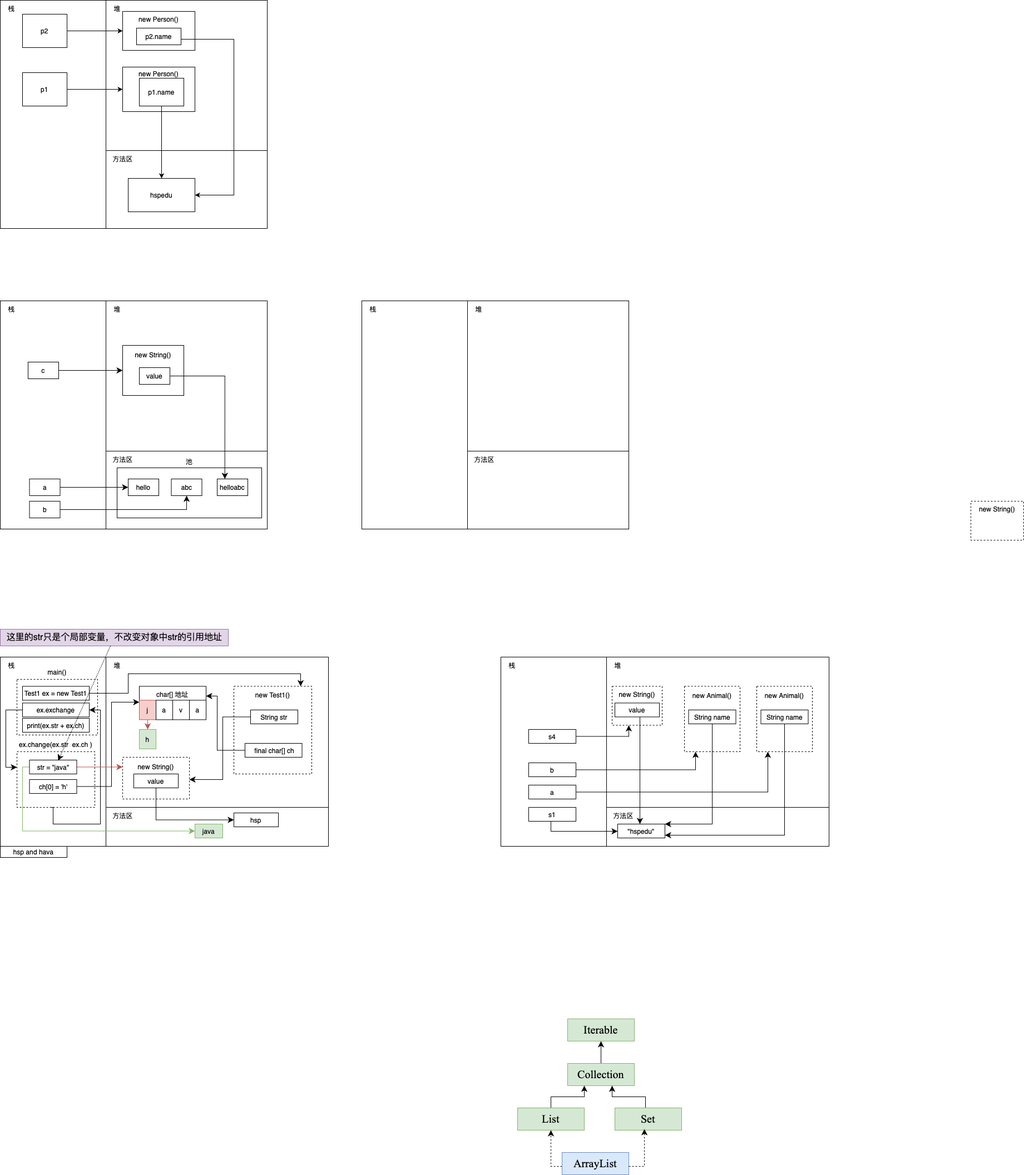
Above: drawio/White.png in Stolorzs/Picgo (draw.io), before the change. Source tidied: cells renumbered, new cells last; positions are measured from the earlier drawing's top-left corner, leaving out a move shared by most shapes.
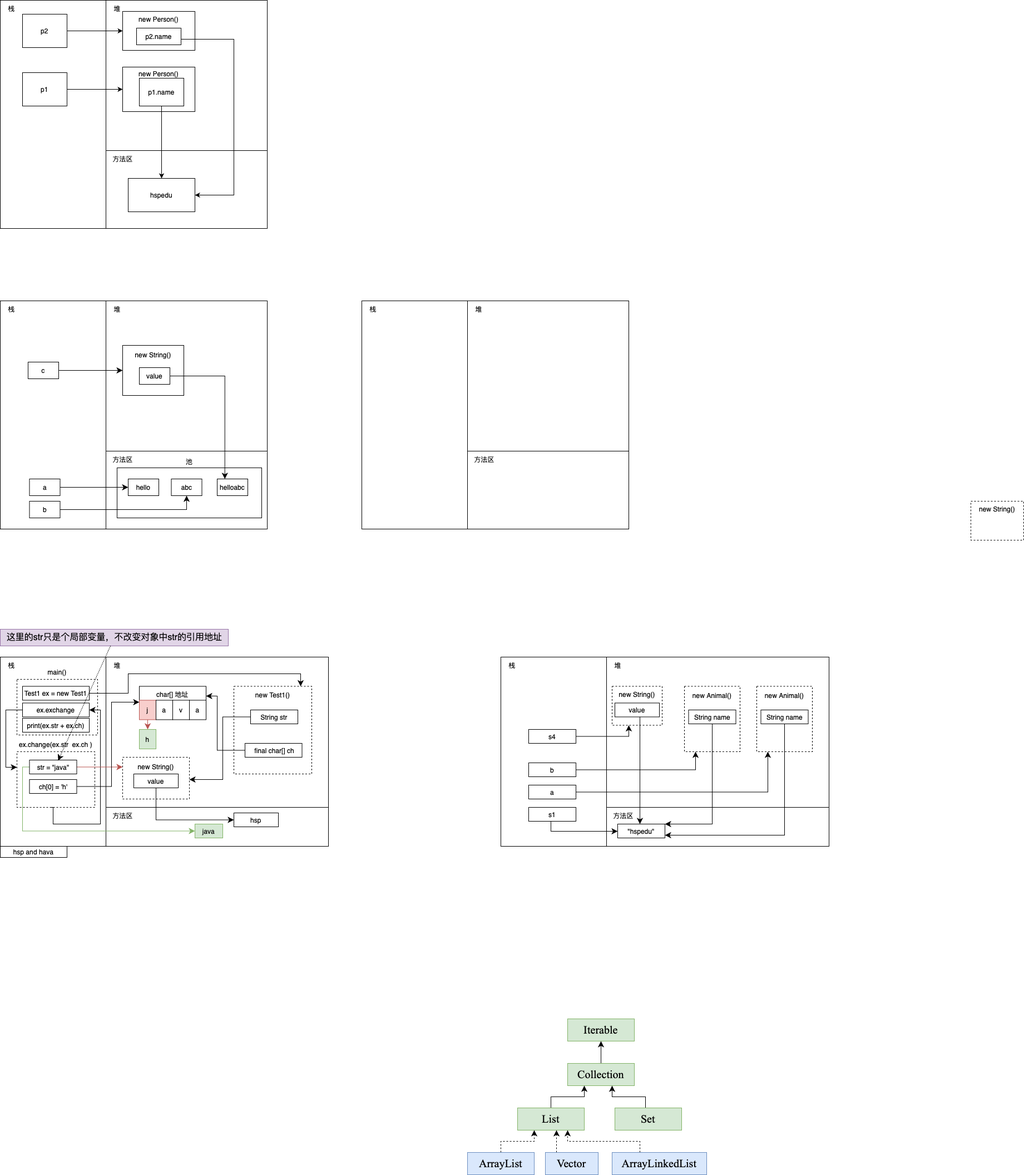
After the change.

The edit, as a diff of the source:
```diff
@@ -444,24 +444,42 @@
     <mxCell id="119" value="&lt;font face=&quot;Times New Roman&quot;&gt;Set&lt;/font&gt;" style="rounded=0;whiteSpace=wrap;html=1;fillColor=#d5e8d4;strokeColor=#82b366;fontStyle=0;fontSize=20;" parent="1" vertex="1">
       <mxGeometry x="1105" y="1990" width="120" height="40" as="geometry" />
     </mxCell>
-    <mxCell id="120" style="edgeStyle=orthogonalEdgeStyle;rounded=0;jettySize=auto;html=1;entryX=0.5;entryY=1;entryDx=0;entryDy=0;fontSize=12;startSize=8;endSize=8;dashed=1;strokeColor=default;align=center;verticalAlign=middle;fontFamily=Helvetica;fontColor=default;labelBackgroundColor=default;endArrow=classic;" parent="1" edge="1" source="121" target="117">
+    <mxCell id="120" style="edgeStyle=orthogonalEdgeStyle;rounded=0;jettySize=auto;html=1;fontSize=12;startSize=8;endSize=8;dashed=1;strokeColor=default;align=center;verticalAlign=middle;fontFamily=Helvetica;fontColor=default;labelBackgroundColor=default;endArrow=classic;" parent="1" edge="1" source="121">
       <mxGeometry relative="1" as="geometry">
+        <mxPoint x="960" y="2030" as="targetPoint" />
         <Array as="points">
-          <mxPoint x="1040" y="2095" />
-          <mxPoint x="990" y="2095" />
+          <mxPoint x="900" y="2050" />
+          <mxPoint x="960" y="2050" />
+          <mxPoint x="960" y="2030" />
         </Array>
       </mxGeometry>
     </mxCell>
     <mxCell id="121" value="&lt;font face=&quot;Times New Roman&quot; style=&quot;font-size: 20px;&quot;&gt;ArrayList&lt;/font&gt;" style="rounded=0;whiteSpace=wrap;html=1;fillColor=#dae8fc;strokeColor=#6c8ebf;fontStyle=0;fontSize=20;" parent="1" vertex="1">
-      <mxGeometry x="1010" y="2070" width="120" height="40" as="geometry" />
+      <mxGeometry x="840" y="2070" width="120" height="40" as="geometry" />
     </mxCell>
-    <mxCell id="122" style="edgeStyle=orthogonalEdgeStyle;rounded=0;jettySize=auto;html=1;entryX=0.442;entryY=0.95;entryDx=0;entryDy=0;entryPerimeter=0;fontSize=12;startSize=8;endSize=8;dashed=1;" parent="1" edge="1" source="121" target="119">
-      <mxGeometry relative="1" as="geometry">
-        <Array as="points">
-          <mxPoint x="1110" y="2095" />
-          <mxPoint x="1158" y="2095" />
-        </Array>
-      </mxGeometry>
-    </mxCell>
+    <mxCell id="123" style="edgeStyle=orthogonalEdgeStyle;rounded=0;jettySize=auto;html=1;fontSize=12;startSize=8;endSize=8;dashed=1;strokeColor=default;align=center;verticalAlign=middle;fontFamily=Helvetica;fontColor=default;labelBackgroundColor=default;endArrow=classic;" parent="1" edge="1" source="124" target="117">
+      <mxGeometry relative="1" as="geometry">
+        <Array as="points">
+          <mxPoint x="1000" y="2060" />
+          <mxPoint x="1000" y="2060" />
+        </Array>
+      </mxGeometry>
+    </mxCell>
+    <mxCell id="124" value="&lt;font face=&quot;Times New Roman&quot; style=&quot;font-size: 20px;&quot;&gt;Vector&lt;/font&gt;" style="rounded=0;whiteSpace=wrap;html=1;fillColor=#dae8fc;strokeColor=#6c8ebf;fontStyle=0;fontSize=20;" parent="1" vertex="1">
+      <mxGeometry x="980" y="2070" width="95" height="40" as="geometry" />
+    </mxCell>
+    <mxCell id="125" style="edgeStyle=orthogonalEdgeStyle;rounded=0;jettySize=auto;html=1;fontSize=12;startSize=8;endSize=8;dashed=1;strokeColor=default;align=center;verticalAlign=middle;fontFamily=Helvetica;fontColor=default;labelBackgroundColor=default;endArrow=classic;" parent="1" edge="1" source="126">
+      <mxGeometry relative="1" as="geometry">
+        <mxPoint x="1020" y="2030" as="targetPoint" />
+        <Array as="points">
+          <mxPoint x="1150" y="2050" />
+          <mxPoint x="1020" y="2050" />
+          <mxPoint x="1020" y="2030" />
+        </Array>
+      </mxGeometry>
+    </mxCell>
+    <mxCell id="126" value="&lt;font face=&quot;Times New Roman&quot; style=&quot;font-size: 20px;&quot;&gt;ArrayLinkedList&lt;/font&gt;" style="rounded=0;whiteSpace=wrap;html=1;fillColor=#dae8fc;strokeColor=#6c8ebf;fontStyle=0;fontSize=20;" parent="1" vertex="1">
+      <mxGeometry x="1100" y="2070" width="170" height="40" as="geometry" />
+    </mxCell>
   </root>
 </mxGraphModel>
```
